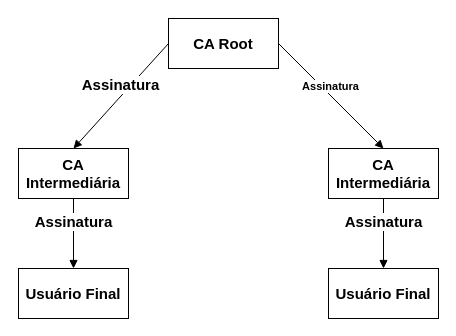
Before: conceitos/img/ca.drawio in abreuferr/criptografia, a draw.io diagram. Source tidied: cells renumbered, new cells numbered last; positions are measured from the earlier drawing's top-left corner, leaving out a move shared by most shapes. Both pictures are drawn from the tidied source at 100%, with x=0, y=0 at pixel (18, 18).
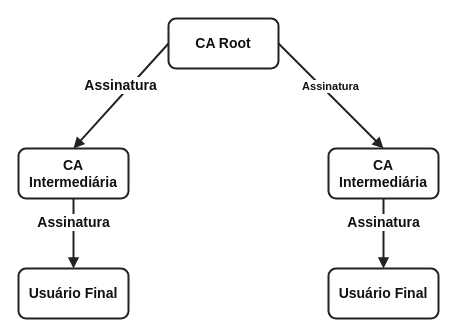
The same diagram, later.

What changed in the source:
```diff
@@
 <mxGraphModel>
   <root>
     <mxCell id="0" />
     <mxCell id="1" parent="0" />
-    <mxCell id="2" value="&lt;b&gt;&lt;font style=&quot;font-size: 15px;&quot;&gt;CA Root&lt;/font&gt;&lt;/b&gt;" style="html=1;whiteSpace=wrap;" parent="1" vertex="1">
+    <mxCell id="2" value="&lt;b&gt;&lt;font style=&quot;font-size:14px;&quot;&gt;CA Root&lt;/font&gt;&lt;/b&gt;" style="html=1;whiteSpace=wrap;fillColor=#ffffff;strokeColor=#222222;strokeWidth=2;fontColor=#111111;fontFamily=Helvetica;rounded=1;" parent="1" vertex="1">
       <mxGeometry x="150" width="110" height="50" as="geometry" />
     </mxCell>
-    <mxCell id="3" value="&lt;b&gt;&lt;font style=&quot;font-size: 15px;&quot;&gt;CA Intermediária&lt;/font&gt;&lt;/b&gt;" style="html=1;whiteSpace=wrap;" parent="1" vertex="1">
+    <mxCell id="3" value="&lt;b&gt;&lt;font style=&quot;font-size:14px;&quot;&gt;CA Intermediária&lt;/font&gt;&lt;/b&gt;" style="html=1;whiteSpace=wrap;fillColor=#ffffff;strokeColor=#222222;strokeWidth=2;fontColor=#111111;fontFamily=Helvetica;rounded=1;" parent="1" vertex="1">
       <mxGeometry y="130" width="110" height="50" as="geometry" />
     </mxCell>
-    <mxCell id="4" value="&lt;b&gt;&lt;font style=&quot;font-size: 15px;&quot;&gt;CA Intermediária&lt;/font&gt;&lt;/b&gt;" style="html=1;whiteSpace=wrap;" parent="1" vertex="1">
+    <mxCell id="4" value="&lt;b&gt;&lt;font style=&quot;font-size:14px;&quot;&gt;CA Intermediária&lt;/font&gt;&lt;/b&gt;" style="html=1;whiteSpace=wrap;fillColor=#ffffff;strokeColor=#222222;strokeWidth=2;fontColor=#111111;fontFamily=Helvetica;rounded=1;" parent="1" vertex="1">
       <mxGeometry x="310" y="130" width="110" height="50" as="geometry" />
     </mxCell>
-    <mxCell id="5" value="&lt;b&gt;&lt;font style=&quot;font-size: 15px;&quot;&gt;Usuário Final&lt;/font&gt;&lt;/b&gt;" style="html=1;whiteSpace=wrap;" parent="1" vertex="1">
+    <mxCell id="5" value="&lt;b&gt;&lt;font style=&quot;font-size:14px;&quot;&gt;Usuário Final&lt;/font&gt;&lt;/b&gt;" style="html=1;whiteSpace=wrap;fillColor=#ffffff;strokeColor=#222222;strokeWidth=2;fontColor=#111111;fontFamily=Helvetica;rounded=1;" parent="1" vertex="1">
       <mxGeometry y="250" width="110" height="50" as="geometry" />
     </mxCell>
-    <mxCell id="6" value="&lt;b&gt;&lt;font style=&quot;font-size: 15px;&quot;&gt;Usuário Final&lt;/font&gt;&lt;/b&gt;" style="html=1;whiteSpace=wrap;" parent="1" vertex="1">
+    <mxCell id="6" value="&lt;b&gt;&lt;font style=&quot;font-size:14px;&quot;&gt;Usuário Final&lt;/font&gt;&lt;/b&gt;" style="html=1;whiteSpace=wrap;fillColor=#ffffff;strokeColor=#222222;strokeWidth=2;fontColor=#111111;fontFamily=Helvetica;rounded=1;" parent="1" vertex="1">
       <mxGeometry x="310" y="250" width="110" height="50" as="geometry" />
     </mxCell>
-    <mxCell id="7" value="&lt;b&gt;&lt;font style=&quot;font-size: 15px;&quot;&gt;Assinatura&lt;/font&gt;&lt;/b&gt;" style="html=1;verticalAlign=bottom;endArrow=block;curved=0;rounded=0;exitX=0.5;exitY=1;exitDx=0;exitDy=0;" parent="1" edge="1" source="3" target="5">
+    <mxCell id="7" value="&lt;b&gt;&lt;font style=&quot;font-size:14px;&quot;&gt;Assinatura&lt;/font&gt;&lt;/b&gt;" style="html=1;verticalAlign=bottom;endArrow=block;curved=0;rounded=0;exitX=0.5;exitY=1;exitDx=0;exitDy=0;strokeColor=#222222;strokeWidth=2;fontColor=#111111;fontFamily=Helvetica;" parent="1" edge="1" source="3" target="5">
       <mxGeometry relative="1" as="geometry" />
     </mxCell>
-    <mxCell id="8" value="&lt;b&gt;&lt;font style=&quot;font-size: 15px;&quot;&gt;Assinatura&lt;/font&gt;&lt;/b&gt;" style="html=1;verticalAlign=bottom;endArrow=block;curved=0;rounded=0;exitX=0.5;exitY=1;exitDx=0;exitDy=0;entryX=0.5;entryY=0;entryDx=0;entryDy=0;" parent="1" edge="1" source="4" target="6">
+    <mxCell id="8" value="&lt;b&gt;&lt;font style=&quot;font-size:14px;&quot;&gt;Assinatura&lt;/font&gt;&lt;/b&gt;" style="html=1;verticalAlign=bottom;endArrow=block;curved=0;rounded=0;exitX=0.5;exitY=1;exitDx=0;exitDy=0;entryX=0.5;entryY=0;entryDx=0;entryDy=0;strokeColor=#222222;strokeWidth=2;fontColor=#111111;fontFamily=Helvetica;" parent="1" edge="1" source="4" target="6">
       <mxGeometry relative="1" as="geometry" />
     </mxCell>
-    <mxCell id="9" value="&lt;b&gt;&lt;font style=&quot;font-size: 15px;&quot;&gt;Assinatura&lt;/font&gt;&lt;/b&gt;" style="html=1;verticalAlign=bottom;endArrow=block;curved=0;rounded=0;exitX=0;exitY=0.5;exitDx=0;exitDy=0;entryX=0.5;entryY=0;entryDx=0;entryDy=0;" parent="1" edge="1" source="2" target="3">
+    <mxCell id="9" value="&lt;b&gt;&lt;font style=&quot;font-size:14px;&quot;&gt;Assinatura&lt;/font&gt;&lt;/b&gt;" style="html=1;verticalAlign=bottom;endArrow=block;curved=0;rounded=0;exitX=0;exitY=0.5;exitDx=0;exitDy=0;entryX=0.5;entryY=0;entryDx=0;entryDy=0;strokeColor=#222222;strokeWidth=2;fontColor=#111111;fontFamily=Helvetica;" parent="1" edge="1" source="2" target="3">
       <mxGeometry relative="1" as="geometry" />
     </mxCell>
-    <mxCell id="10" value="&lt;b&gt;Assinatura&lt;/b&gt;" style="html=1;verticalAlign=bottom;endArrow=block;curved=0;rounded=0;exitX=1;exitY=0.5;exitDx=0;exitDy=0;entryX=0.5;entryY=0;entryDx=0;entryDy=0;" parent="1" edge="1" source="2" target="4">
+    <mxCell id="10" value="&lt;b&gt;Assinatura&lt;/b&gt;" style="html=1;verticalAlign=bottom;endArrow=block;curved=0;rounded=0;exitX=1;exitY=0.5;exitDx=0;exitDy=0;entryX=0.5;entryY=0;entryDx=0;entryDy=0;strokeColor=#222222;strokeWidth=2;fontColor=#111111;fontFamily=Helvetica;" parent="1" edge="1" source="2" target="4">
       <mxGeometry relative="1" as="geometry" />
     </mxCell>
   </root>
 </mxGraphModel>
```
